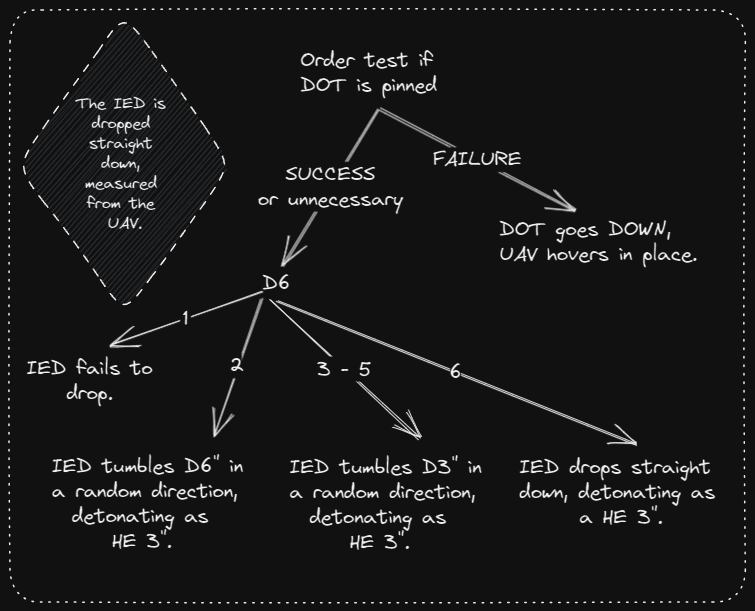
christsven/H.E.A.T keeps this Excalidraw diagram as ruleset/ressources/drone-ied-flowchart.excalidraw.png. Above is the earlier version. Source tidied: one line per element, renumbered; positions are measured from the earlier drawing's top-left corner, leaving out a move shared by most shapes. The source it was exported from:
```json
{"id": 0, "type": "text", "text": "Order test if \nDOT is pinned", "strokeColor": "#000000", "strokeWidth": 1, "roughness": 1, "fontSize": 20, "fontFamily": 1, "x": 290, "y": 38, "width": 143, "height": 50}
{"id": 1, "type": "rectangle", "strokeColor": "#000000", "strokeWidth": 1, "strokeStyle": "dotted", "roughness": 1, "round": true, "x": 0, "y": 0, "width": 735, "height": 592}
{"id": 2, "type": "arrow", "strokeColor": "#000000", "strokeWidth": 1, "roughness": 1, "endArrowhead": "arrow", "round": true, "from": 0, "to": 6, "x": 369, "y": 98, "width": 196, "height": 103, "points": [[0, 0], [196, 103]]}
{"id": 3, "type": "text", "text": "FAILURE", "strokeColor": "#000000", "strokeWidth": 1, "roughness": 1, "fontSize": 20, "fontFamily": 1, "textAlign": "center", "verticalAlign": "middle", "inside": 2, "x": 431, "y": 137, "width": 72, "height": 25}
{"id": 4, "type": "arrow", "strokeColor": "#000000", "strokeWidth": 1, "roughness": 1, "endArrowhead": "arrow", "round": true, "from": 0, "to": 7, "x": 368, "y": 98, "width": 95, "height": 156, "points": [[0, 0], [-95, 156]]}
{"id": 5, "type": "text", "text": "SUCCESS\nor unnecessary", "strokeColor": "#000000", "strokeWidth": 1, "roughness": 1, "fontSize": 20, "fontFamily": 1, "textAlign": "center", "verticalAlign": "middle", "inside": 4, "x": 254, "y": 152, "width": 133, "height": 50}
{"id": 6, "type": "text", "text": "DOT goes DOWN, \nUAV hovers in place.", "strokeColor": "#000000", "strokeWidth": 1, "roughness": 1, "fontSize": 20, "fontFamily": 1, "x": 489, "y": 207, "width": 198, "height": 50}
{"id": 7, "type": "text", "text": "D6", "strokeColor": "#000000", "strokeWidth": 1, "roughness": 1, "fontSize": 20, "fontFamily": 1, "x": 252, "y": 261, "width": 28, "height": 25}
{"id": 8, "type": "arrow", "strokeColor": "#000000", "strokeWidth": 1, "roughness": 1, "endArrowhead": "arrow", "round": true, "from": 7, "to": 16, "x": 251, "y": 281, "width": 151, "height": 55, "points": [[0, 0], [-151, 55]]}
{"id": 9, "type": "text", "text": "1", "strokeColor": "#000000", "strokeWidth": 1, "roughness": 1, "fontSize": 20, "fontFamily": 1, "textAlign": "center", "verticalAlign": "middle", "inside": 8, "x": 170, "y": 296, "width": 11, "height": 25}
{"id": 10, "type": "arrow", "strokeColor": "#000000", "strokeWidth": 1, "roughness": 1, "endArrowhead": "arrow", "round": true, "from": 7, "to": 17, "x": 250, "y": 287, "width": 47, "height": 137, "points": [[0, 0], [-47, 137]]}
{"id": 11, "type": "text", "text": "2", "strokeColor": "#000000", "strokeWidth": 1, "roughness": 1, "fontSize": 20, "fontFamily": 1, "textAlign": "center", "verticalAlign": "middle", "inside": 10, "x": 221, "y": 343, "width": 11, "height": 25}
{"id": 12, "type": "arrow", "strokeColor": "#000000", "strokeWidth": 1, "roughness": 1, "endArrowhead": "arrow", "round": true, "from": 7, "to": 18, "x": 259, "y": 289, "width": 150, "height": 140, "points": [[0, 0], [150, 140]]}
{"id": 13, "type": "text", "text": "3 - 5", "strokeColor": "#000000", "strokeWidth": 1, "roughness": 1, "fontSize": 20, "fontFamily": 1, "textAlign": "center", "verticalAlign": "middle", "inside": 12, "x": 314, "y": 347, "width": 41, "height": 25}
{"id": 14, "type": "arrow", "strokeColor": "#000000", "strokeWidth": 1, "roughness": 1, "endArrowhead": "arrow", "round": true, "from": 7, "to": 21, "x": 266, "y": 290, "width": 360, "height": 145, "points": [[0, 0], [360, 145]]}
{"id": 15, "type": "text", "text": "6", "strokeColor": "#000000", "strokeWidth": 1, "roughness": 1, "fontSize": 20, "fontFamily": 1, "textAlign": "center", "verticalAlign": "middle", "inside": 14, "x": 440, "y": 350, "width": 11, "height": 25}
{"id": 16, "type": "text", "text": "IED fails to\n    drop.", "strokeColor": "#000000", "strokeWidth": 1, "roughness": 1, "fontSize": 20, "fontFamily": 1, "x": 16, "y": 346, "width": 126, "height": 50}
{"id": 17, "type": "text", "text": "IED tumbles D6\" in \na random direction, \n  detonating as \n      HE 3\".", "strokeColor": "#000000", "strokeWidth": 1, "roughness": 1, "fontSize": 20, "fontFamily": 1, "x": 42, "y": 444, "width": 201, "height": 100}
{"id": 18, "type": "text", "text": "IED tumbles D3\" in\na random direction,\n  detonating as\n      HE 3\".", "strokeColor": "#000000", "strokeWidth": 1, "roughness": 1, "fontSize": 20, "fontFamily": 1, "x": 279, "y": 445, "width": 192, "height": 100}
{"id": 19, "type": "diamond", "strokeColor": "#000000", "backgroundColor": "#ced4da", "fillStyle": "hachure", "strokeWidth": 1, "strokeStyle": "dashed", "roughness": 1, "round": true, "x": 7, "y": 4, "width": 215, "height": 300}
{"id": 20, "type": "text", "text": "The IED is \ndropped \nstraight \ndown, \nmeasured \nfrom the \nUAV.", "strokeColor": "#000000", "strokeWidth": 1, "strokeStyle": "dashed", "roughness": 1, "fontSize": 16, "fontFamily": 1, "textAlign": "center", "verticalAlign": "middle", "inside": 19, "x": 66, "y": 84, "width": 98, "height": 140}
{"id": 21, "type": "text", "text": "IED drops straight\ndown, detonating as\n      a HE 3\".", "strokeColor": "#000000", "strokeWidth": 1, "strokeStyle": "dashed", "roughness": 1, "fontSize": 20, "fontFamily": 1, "x": 509, "y": 445, "width": 196, "height": 75}
```
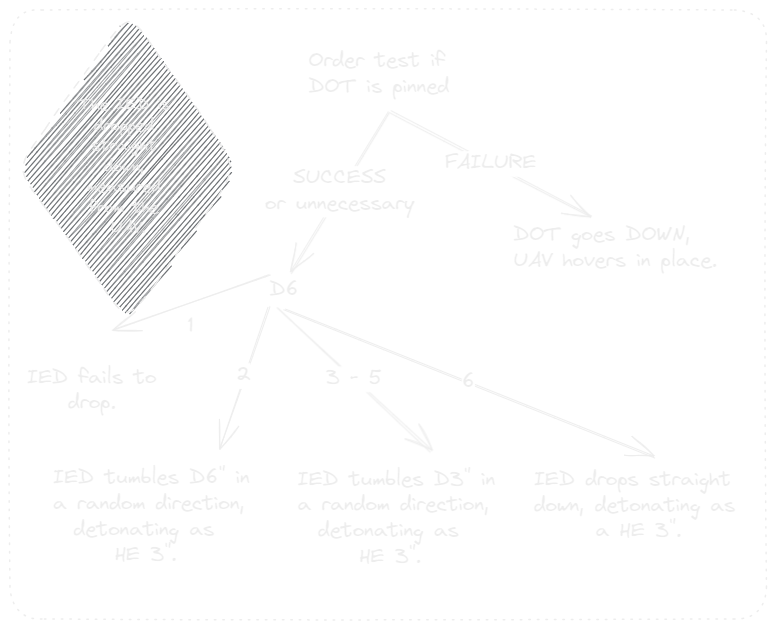
The same diagram one commit later.

Change to the diagram source:
```diff
@@ -1,22 +1,22 @@
-{"id": 0, "type": "text", "text": "Order test if \nDOT is pinned", "strokeColor": "#000000", "strokeWidth": 1, "roughness": 1, "fontSize": 20, "fontFamily": 1, "x": 290, "y": 38, "width": 143, "height": 50}
+{"id": 0, "type": "text", "text": "Order test if \nDOT is pinned", "strokeColor": "#000000", "strokeWidth": 1, "roughness": 1, "fontSize": 20.57, "fontFamily": 1, "x": 299, "y": 22, "width": 147, "height": 51}
-{"id": 1, "type": "rectangle", "strokeColor": "#000000", "strokeWidth": 1, "strokeStyle": "dotted", "roughness": 1, "round": true, "x": 0, "y": 0, "width": 735, "height": 592}
+{"id": 1, "type": "rectangle", "strokeColor": "#000000", "strokeWidth": 1, "strokeStyle": "dotted", "roughness": 1, "round": true, "x": 0, "y": -17, "width": 756, "height": 609}
-{"id": 2, "type": "arrow", "strokeColor": "#000000", "strokeWidth": 1, "roughness": 1, "endArrowhead": "arrow", "round": true, "from": 0, "to": 6, "x": 369, "y": 98, "width": 196, "height": 103, "points": [[0, 0], [196, 103]]}
+{"id": 2, "type": "arrow", "strokeColor": "#000000", "strokeWidth": 1, "roughness": 1, "endArrowhead": "arrow", "round": true, "from": 0, "to": 6, "x": 380, "y": 84, "width": 202, "height": 106, "points": [[0, 0], [202, 106]]}
-{"id": 3, "type": "text", "text": "FAILURE", "strokeColor": "#000000", "strokeWidth": 1, "roughness": 1, "fontSize": 20, "fontFamily": 1, "textAlign": "center", "verticalAlign": "middle", "inside": 2, "x": 431, "y": 137, "width": 72, "height": 25}
+{"id": 3, "type": "text", "text": "FAILURE", "strokeColor": "#000000", "strokeWidth": 1, "roughness": 1, "fontSize": 20.57, "fontFamily": 1, "textAlign": "center", "verticalAlign": "middle", "inside": 2, "x": 431, "y": 137, "width": 91, "height": 26}
-{"id": 4, "type": "arrow", "strokeColor": "#000000", "strokeWidth": 1, "roughness": 1, "endArrowhead": "arrow", "round": true, "from": 0, "to": 7, "x": 368, "y": 98, "width": 95, "height": 156, "points": [[0, 0], [-95, 156]]}
+{"id": 4, "type": "arrow", "strokeColor": "#000000", "strokeWidth": 1, "roughness": 1, "endArrowhead": "arrow", "round": true, "from": 0, "to": 7, "x": 378, "y": 84, "width": 97, "height": 161, "points": [[0, 0], [-97, 161]]}
-{"id": 5, "type": "text", "text": "SUCCESS\nor unnecessary", "strokeColor": "#000000", "strokeWidth": 1, "roughness": 1, "fontSize": 20, "fontFamily": 1, "textAlign": "center", "verticalAlign": "middle", "inside": 4, "x": 254, "y": 152, "width": 133, "height": 50}
+{"id": 5, "type": "text", "text": "SUCCESS\nor unnecessary", "strokeColor": "#000000", "strokeWidth": 1, "roughness": 1, "fontSize": 20.57, "fontFamily": 1, "textAlign": "center", "verticalAlign": "middle", "inside": 4, "x": 254, "y": 152, "width": 149, "height": 51}
-{"id": 6, "type": "text", "text": "DOT goes DOWN, \nUAV hovers in place.", "strokeColor": "#000000", "strokeWidth": 1, "roughness": 1, "fontSize": 20, "fontFamily": 1, "x": 489, "y": 207, "width": 198, "height": 50}
+{"id": 6, "type": "text", "text": "DOT goes DOWN, \nUAV hovers in place.", "strokeColor": "#000000", "strokeWidth": 1, "roughness": 1, "fontSize": 20.57, "fontFamily": 1, "x": 503, "y": 196, "width": 204, "height": 51}
-{"id": 7, "type": "text", "text": "D6", "strokeColor": "#000000", "strokeWidth": 1, "roughness": 1, "fontSize": 20, "fontFamily": 1, "x": 252, "y": 261, "width": 28, "height": 25}
+{"id": 7, "type": "text", "text": "D6", "strokeColor": "#000000", "strokeWidth": 1, "roughness": 1, "fontSize": 20.57, "fontFamily": 1, "x": 259, "y": 251, "width": 29, "height": 26}
-{"id": 8, "type": "arrow", "strokeColor": "#000000", "strokeWidth": 1, "roughness": 1, "endArrowhead": "arrow", "round": true, "from": 7, "to": 16, "x": 251, "y": 281, "width": 151, "height": 55, "points": [[0, 0], [-151, 55]]}
+{"id": 8, "type": "arrow", "strokeColor": "#000000", "strokeWidth": 1, "roughness": 1, "endArrowhead": "arrow", "round": true, "from": 7, "to": 19, "x": 258, "y": 272, "width": 156, "height": 106, "points": [[0, 0], [-156, 56]]}
-{"id": 9, "type": "text", "text": "1", "strokeColor": "#000000", "strokeWidth": 1, "roughness": 1, "fontSize": 20, "fontFamily": 1, "textAlign": "center", "verticalAlign": "middle", "inside": 8, "x": 170, "y": 296, "width": 11, "height": 25}
+{"id": 9, "type": "text", "text": "1", "strokeColor": "#000000", "strokeWidth": 1, "roughness": 1, "fontSize": 20.57, "fontFamily": 1, "textAlign": "center", "verticalAlign": "middle", "inside": 8, "x": 170, "y": 296, "width": 6, "height": 26}
-{"id": 10, "type": "arrow", "strokeColor": "#000000", "strokeWidth": 1, "roughness": 1, "endArrowhead": "arrow", "round": true, "from": 7, "to": 17, "x": 250, "y": 287, "width": 47, "height": 137, "points": [[0, 0], [-47, 137]]}
+{"id": 10, "type": "arrow", "strokeColor": "#000000", "strokeWidth": 1, "roughness": 1, "endArrowhead": "arrow", "round": true, "from": 7, "to": 17, "x": 257, "y": 279, "width": 49, "height": 141, "points": [[0, 0], [-49, 141]]}
-{"id": 11, "type": "text", "text": "2", "strokeColor": "#000000", "strokeWidth": 1, "roughness": 1, "fontSize": 20, "fontFamily": 1, "textAlign": "center", "verticalAlign": "middle", "inside": 10, "x": 221, "y": 343, "width": 11, "height": 25}
+{"id": 11, "type": "text", "text": "2", "strokeColor": "#000000", "strokeWidth": 1, "roughness": 1, "fontSize": 20.57, "fontFamily": 1, "textAlign": "center", "verticalAlign": "middle", "inside": 10, "x": 221, "y": 343, "width": 15, "height": 26}
-{"id": 12, "type": "arrow", "strokeColor": "#000000", "strokeWidth": 1, "roughness": 1, "endArrowhead": "arrow", "round": true, "from": 7, "to": 18, "x": 259, "y": 289, "width": 150, "height": 140, "points": [[0, 0], [150, 140]]}
+{"id": 12, "type": "arrow", "strokeColor": "#000000", "strokeWidth": 1, "roughness": 1, "endArrowhead": "arrow", "round": true, "from": 7, "to": 18, "x": 267, "y": 280, "width": 154, "height": 144, "points": [[0, 0], [154, 144]]}
-{"id": 13, "type": "text", "text": "3 - 5", "strokeColor": "#000000", "strokeWidth": 1, "roughness": 1, "fontSize": 20, "fontFamily": 1, "textAlign": "center", "verticalAlign": "middle", "inside": 12, "x": 314, "y": 347, "width": 41, "height": 25}
+{"id": 13, "type": "text", "text": "3 - 5", "strokeColor": "#000000", "strokeWidth": 1, "roughness": 1, "fontSize": 20.57, "fontFamily": 1, "textAlign": "center", "verticalAlign": "middle", "inside": 12, "x": 314, "y": 347, "width": 56, "height": 26}
-{"id": 14, "type": "arrow", "strokeColor": "#000000", "strokeWidth": 1, "roughness": 1, "endArrowhead": "arrow", "round": true, "from": 7, "to": 21, "x": 266, "y": 290, "width": 360, "height": 145, "points": [[0, 0], [360, 145]]}
+{"id": 14, "type": "arrow", "strokeColor": "#000000", "strokeWidth": 1, "roughness": 1, "endArrowhead": "arrow", "round": true, "from": 7, "to": 21, "x": 273, "y": 282, "width": 370, "height": 149, "points": [[0, 0], [370, 149]]}
-{"id": 15, "type": "text", "text": "6", "strokeColor": "#000000", "strokeWidth": 1, "roughness": 1, "fontSize": 20, "fontFamily": 1, "textAlign": "center", "verticalAlign": "middle", "inside": 14, "x": 440, "y": 350, "width": 11, "height": 25}
+{"id": 15, "type": "text", "text": "6", "strokeColor": "#000000", "strokeWidth": 1, "roughness": 1, "fontSize": 20.57, "fontFamily": 1, "textAlign": "center", "verticalAlign": "middle", "inside": 14, "x": 440, "y": 350, "width": 13, "height": 26}
-{"id": 16, "type": "text", "text": "IED fails to\n    drop.", "strokeColor": "#000000", "strokeWidth": 1, "roughness": 1, "fontSize": 20, "fontFamily": 1, "x": 16, "y": 346, "width": 126, "height": 50}
+{"id": 16, "type": "text", "text": "IED fails to\n    drop.", "strokeColor": "#000000", "strokeWidth": 1, "roughness": 1, "fontSize": 20.57, "fontFamily": 1, "x": 17, "y": 338, "width": 130, "height": 51}
-{"id": 17, "type": "text", "text": "IED tumbles D6\" in \na random direction, \n  detonating as \n      HE 3\".", "strokeColor": "#000000", "strokeWidth": 1, "roughness": 1, "fontSize": 20, "fontFamily": 1, "x": 42, "y": 444, "width": 201, "height": 100}
+{"id": 17, "type": "text", "text": "IED tumbles D6\" in \na random direction, \n  detonating as \n      HE 3\".", "strokeColor": "#000000", "strokeWidth": 1, "roughness": 1, "fontSize": 20.57, "fontFamily": 1, "x": 43, "y": 439, "width": 207, "height": 103}
-{"id": 18, "type": "text", "text": "IED tumbles D3\" in\na random direction,\n  detonating as\n      HE 3\".", "strokeColor": "#000000", "strokeWidth": 1, "roughness": 1, "fontSize": 20, "fontFamily": 1, "x": 279, "y": 445, "width": 192, "height": 100}
+{"id": 18, "type": "text", "text": "IED tumbles D3\" in\na random direction,\n  detonating as\n      HE 3\".", "strokeColor": "#000000", "strokeWidth": 1, "roughness": 1, "fontSize": 20.57, "fontFamily": 1, "x": 288, "y": 441, "width": 198, "height": 103}
-{"id": 19, "type": "diamond", "strokeColor": "#000000", "backgroundColor": "#ced4da", "fillStyle": "hachure", "strokeWidth": 1, "strokeStyle": "dashed", "roughness": 1, "round": true, "x": 7, "y": 4, "width": 215, "height": 300}
+{"id": 19, "type": "diamond", "strokeColor": "#000000", "backgroundColor": "#ced4da", "fillStyle": "hachure", "strokeWidth": 1, "strokeStyle": "dashed", "roughness": 1, "round": true, "x": 7, "y": -15, "width": 221, "height": 310}
-{"id": 20, "type": "text", "text": "The IED is \ndropped \nstraight \ndown, \nmeasured \nfrom the \nUAV.", "strokeColor": "#000000", "strokeWidth": 1, "strokeStyle": "dashed", "roughness": 1, "fontSize": 16, "fontFamily": 1, "textAlign": "center", "verticalAlign": "middle", "inside": 19, "x": 66, "y": 84, "width": 98, "height": 140}
+{"id": 20, "type": "text", "text": "The IED is \ndropped \nstraight \ndown, \nmeasured \nfrom the \nUAV.", "strokeColor": "#000000", "strokeWidth": 1, "strokeStyle": "dashed", "roughness": 1, "fontSize": 16.46, "fontFamily": 1, "textAlign": "center", "verticalAlign": "middle", "inside": 19, "x": 68, "y": 68, "width": 100, "height": 144}
-{"id": 21, "type": "text", "text": "IED drops straight\ndown, detonating as\n      a HE 3\".", "strokeColor": "#000000", "strokeWidth": 1, "strokeStyle": "dashed", "roughness": 1, "fontSize": 20, "fontFamily": 1, "x": 509, "y": 445, "width": 196, "height": 75}
+{"id": 21, "type": "text", "text": "IED drops straight\ndown, detonating as\n      a HE 3\".", "strokeColor": "#000000", "strokeWidth": 1, "strokeStyle": "dashed", "roughness": 1, "fontSize": 20.57, "fontFamily": 1, "x": 524, "y": 441, "width": 201, "height": 77}
```
